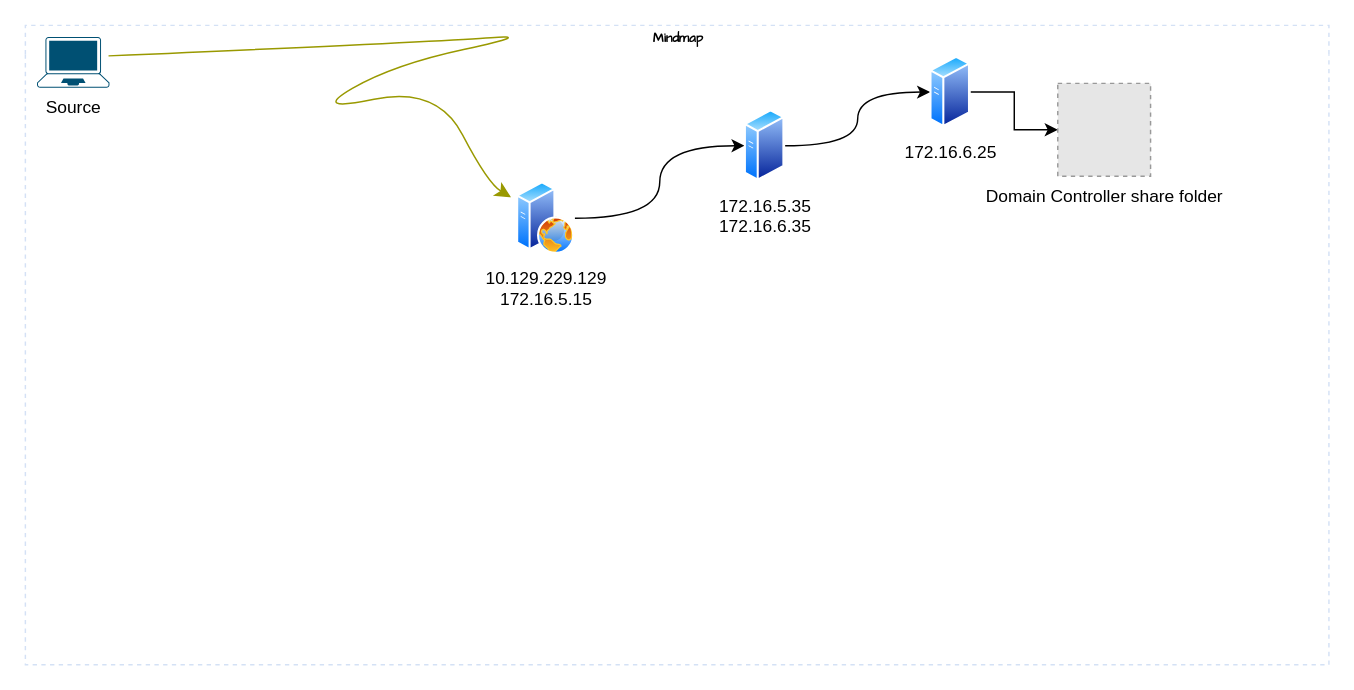
fathraaa/HTB-Pivot keeps this draw.io diagram as Untitled Diagram.drawio. Above is the earlier version. Source tidied: cells renumbered, new cells numbered last; positions are measured from the earlier drawing's top-left corner, leaving out a move shared by most shapes. Both pictures are drawn from the tidied source at 145%, with x=0, y=0 at pixel (25, 25). Pictures stored in the file or linked from it are replaced by grey dashed boxes.
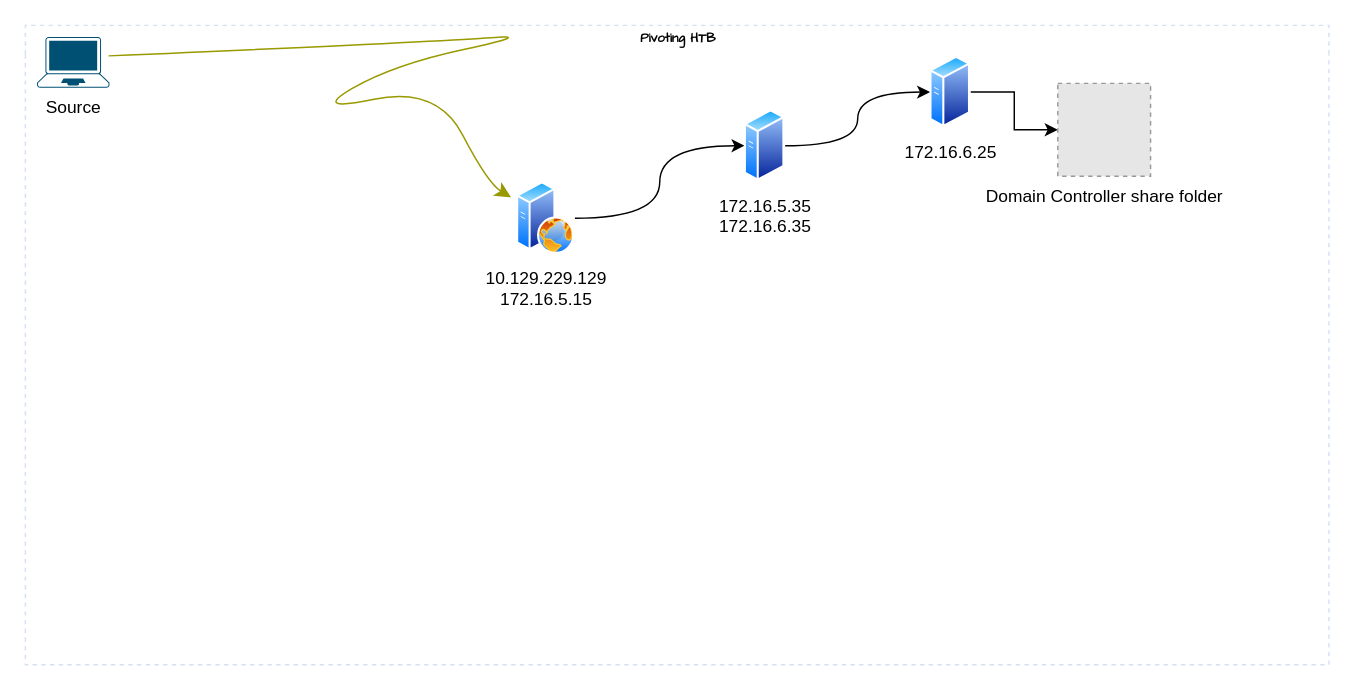
Above is the later version.

Change to the diagram source:
```diff
@@
 <mxGraphModel>
   <root>
     <mxCell id="0" />
     <mxCell id="1" parent="0" />
-    <mxCell id="2" value="Mindmap" style="swimlane;html=1;startSize=20;horizontal=1;containerType=tree;labelBackgroundColor=none;strokeColor=#D4E1F5;strokeWidth=1;fillColor=none;fontFamily=Comic Sans MS;fontSize=9;swimlaneLine=0;dashed=1;" parent="1" vertex="1">
+    <mxCell id="2" value="Pivoting HTB" style="swimlane;html=1;startSize=20;horizontal=1;containerType=tree;labelBackgroundColor=none;strokeColor=#D4E1F5;strokeWidth=1;fillColor=none;fontFamily=Comic Sans MS;fontSize=9;swimlaneLine=0;dashed=1;" parent="1" vertex="1">
       <mxGeometry width="899" height="441" as="geometry" />
     </mxCell>
     <mxCell id="3" style="endArrow=classic;html=1;curved=1;sourcePerimeterSpacing=10;strokeColor=#999900;targetPerimeterSpacing=7;rounded=0;fontSize=12;startSize=8;endSize=8;exitX=0.987;exitY=0.373;exitDx=0;exitDy=0;exitPerimeter=0;" parent="2" edge="1" source="4" target="6">
       <mxGeometry relative="1" as="geometry">
         <Array as="points">
           <mxPoint x="290" y="11" />
           <mxPoint x="352" y="6" />
           <mxPoint x="254" y="27" />
           <mxPoint x="197" y="60" />
           <mxPoint x="284" y="42" />
           <mxPoint x="319" y="109" />
         </Array>
       </mxGeometry>
     </mxCell>
     <mxCell id="4" value="Source" style="points=[[0.13,0.02,0],[0.5,0,0],[0.87,0.02,0],[0.885,0.4,0],[0.985,0.985,0],[0.5,1,0],[0.015,0.985,0],[0.115,0.4,0]];verticalLabelPosition=bottom;sketch=0;html=1;verticalAlign=top;align=center;shape=mxgraph.cisco19.laptop;fillColor=#005073;strokeColor=none;" parent="2" vertex="1">
       <mxGeometry x="8" y="8" width="50" height="35" as="geometry" />
     </mxCell>
     <mxCell id="5" style="edgeStyle=orthogonalEdgeStyle;rounded=0;jettySize=auto;html=1;curved=1;" parent="2" edge="1" source="6" target="8">
       <mxGeometry relative="1" as="geometry" />
     </mxCell>
     <mxCell id="6" value="&lt;span class=&quot;text-success&quot;&gt;&lt;span style=&quot;cursor:pointer;&quot; class=&quot;target&quot;&gt;&lt;span class=&quot;target-0 cursor-pointer&quot;&gt;10.129.229.129&lt;br&gt;&lt;/span&gt;&lt;/span&gt;&lt;/span&gt;172.16.5.15" style="image;perimeter=ellipsePerimeter;html=1;align=center;shadow=0;dashed=0;spacingTop=3;image=img/lib/active_directory/web_server.svg;" parent="2" vertex="1">
       <mxGeometry x="339" y="108" width="40" height="50" as="geometry" />
     </mxCell>
     <mxCell id="7" style="edgeStyle=orthogonalEdgeStyle;rounded=0;jettySize=auto;html=1;curved=1;" parent="2" edge="1" source="8" target="10">
       <mxGeometry relative="1" as="geometry" />
     </mxCell>
     <mxCell id="8" value="172.16.5.35&lt;br&gt;&lt;div&gt;172.16.6.35&lt;/div&gt;&lt;div&gt;&lt;br&gt;&lt;/div&gt;" style="image;perimeter=ellipsePerimeter;html=1;align=center;shadow=0;dashed=0;spacingTop=3;image=img/lib/active_directory/generic_server.svg;" parent="2" vertex="1">
       <mxGeometry x="496" y="58" width="28" height="50" as="geometry" />
     </mxCell>
     <mxCell id="9" style="edgeStyle=entityRelationEdgeStyle;rounded=0;jettySize=auto;html=1;entryX=0;entryY=0.5;entryDx=0;entryDy=0;" parent="2" edge="1" source="10" target="11">
       <mxGeometry relative="1" as="geometry" />
     </mxCell>
     <mxCell id="10" value="172.16.6.25" style="image;perimeter=ellipsePerimeter;html=1;align=center;shadow=0;dashed=0;spacingTop=3;image=img/lib/active_directory/generic_server.svg;" parent="2" vertex="1">
       <mxGeometry x="624" y="21" width="28" height="50" as="geometry" />
     </mxCell>
     <mxCell id="11" value="&lt;div&gt;Domain Controller share folder&lt;/div&gt;" style="fillColor=#E6E6E6;strokeColor=#999999;dashed=1;html=1;verticalAlign=top;verticalLabelPosition=bottom;labelBackgroundColor=#ffffff;" parent="2" vertex="1">
       <mxGeometry x="712" y="40" width="64" height="64" as="geometry" />
     </mxCell>
   </root>
 </mxGraphModel>
```
